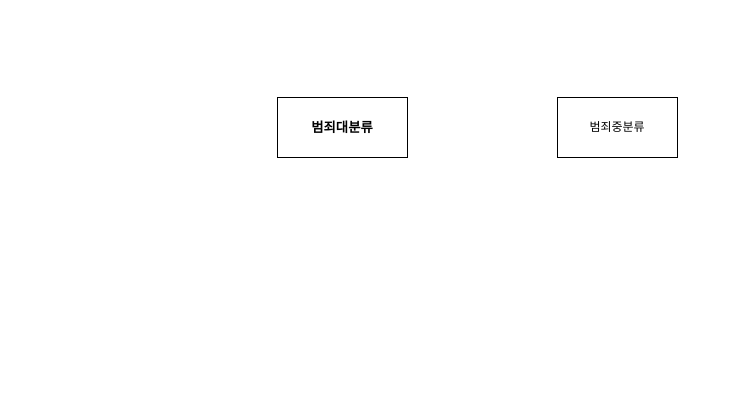
This is Untitled Diagram.drawio from tenomas/AnimateDiff, a draw.io file, before an edit. Source tidied: cells renumbered, new cells numbered last; positions are measured from the earlier drawing's top-left corner, leaving out a move shared by most shapes. Both pictures are drawn from the tidied source at 100%, with x=0, y=0 at pixel (277, 97).
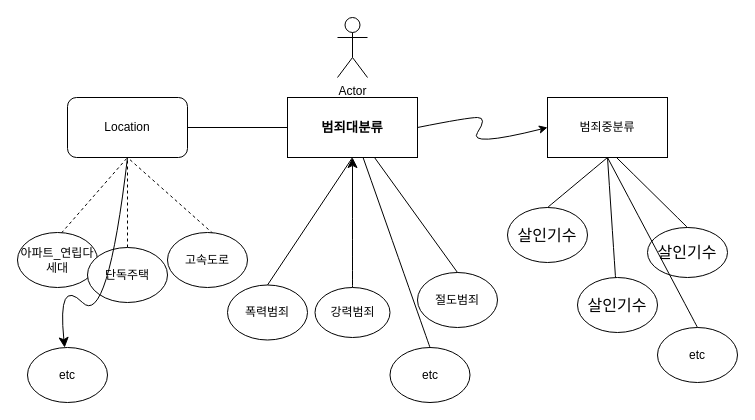
The same page after the edit.

The edit, as a diff of the source:
```diff
@@
     <mxCell id="2" value="&lt;b id=&quot;docs-internal-guid-4b5e2889-7fff-7dd5-3b8c-90923e8e9f7c&quot; style=&quot;font-weight:normal;&quot;&gt;&lt;span style=&quot;font-size: 10pt; font-family: Arial, sans-serif; color: rgb(0, 0, 0); background-color: transparent; font-weight: 700; font-style: normal; font-variant: normal; text-decoration: none; vertical-align: baseline;&quot;&gt;범죄대분류&lt;/span&gt;&lt;/b&gt;" style="rounded=0;whiteSpace=wrap;html=1;" parent="1" vertex="1">
-      <mxGeometry width="130" height="60" as="geometry" />
+      <mxGeometry x="10" width="130" height="60" as="geometry" />
     </mxCell>
     <mxCell id="3" value="범죄중분류" style="rounded=0;whiteSpace=wrap;html=1;" parent="1" vertex="1">
-      <mxGeometry x="280" width="120" height="60" as="geometry" />
+      <mxGeometry x="270" width="120" height="60" as="geometry" />
     </mxCell>
+    <mxCell id="4" style="curved=1;endArrow=classic;html=1;rounded=0;entryX=0;entryY=0.5;entryDx=0;entryDy=0;exitX=1;exitY=0.5;exitDx=0;exitDy=0;" parent="1" edge="1" source="2" target="3">
+      <mxGeometry relative="1" as="geometry">
+        <Array as="points">
+          <mxPoint x="190" y="20" />
+          <mxPoint x="210" y="20" />
+          <mxPoint x="190" y="50" />
+        </Array>
+      </mxGeometry>
+    </mxCell>
+    <mxCell id="5" value="Location" style="rounded=1;whiteSpace=wrap;html=1;" parent="1" vertex="1">
+      <mxGeometry x="-210" width="120" height="60" as="geometry" />
+    </mxCell>
+    <mxCell id="6" style="endArrow=none;html=1;rounded=0;entryX=0;entryY=0.5;entryDx=0;entryDy=0;exitX=1;exitY=0.5;exitDx=0;exitDy=0;" parent="1" edge="1" source="5" target="2">
+      <mxGeometry relative="1" as="geometry" />
+    </mxCell>
+    <mxCell id="7" style="endArrow=none;dashed=1;html=1;rounded=0;entryX=0.5;entryY=1;entryDx=0;entryDy=0;" parent="1" edge="1" target="5">
+      <mxGeometry relative="1" as="geometry">
+        <mxPoint x="-220" y="140" as="sourcePoint" />
+      </mxGeometry>
+    </mxCell>
+    <mxCell id="8" style="endArrow=none;dashed=1;html=1;rounded=0;entryX=0.5;entryY=1;entryDx=0;entryDy=0;" parent="1" edge="1" target="5">
+      <mxGeometry relative="1" as="geometry">
+        <mxPoint x="-150" y="150" as="sourcePoint" />
+      </mxGeometry>
+    </mxCell>
+    <mxCell id="9" style="endArrow=none;dashed=1;html=1;rounded=0;" parent="1" edge="1">
+      <mxGeometry relative="1" as="geometry">
+        <mxPoint x="-60" y="140" as="sourcePoint" />
+        <mxPoint x="-150" y="60" as="targetPoint" />
+      </mxGeometry>
+    </mxCell>
+    <mxCell id="10" style="edgeStyle=none;curved=1;rounded=0;jettySize=auto;html=1;fontSize=12;startSize=8;endSize=8;" parent="1" edge="1" source="11" target="2">
+      <mxGeometry relative="1" as="geometry" />
+    </mxCell>
+    <mxCell id="11" value="강력범죄" style="ellipse;whiteSpace=wrap;html=1;" parent="1" vertex="1">
+      <mxGeometry x="37.5" y="190" width="75" height="50" as="geometry" />
+    </mxCell>
+    <mxCell id="12" value="절도범죄" style="ellipse;whiteSpace=wrap;html=1;" parent="1" vertex="1">
+      <mxGeometry x="140" y="175" width="80" height="55" as="geometry" />
+    </mxCell>
+    <mxCell id="13" value="폭력범죄" style="ellipse;whiteSpace=wrap;html=1;" parent="1" vertex="1">
+      <mxGeometry x="-50" y="187.5" width="80" height="55" as="geometry" />
+    </mxCell>
+    <mxCell id="14" value="&lt;b style=&quot;font-weight:normal;&quot; id=&quot;docs-internal-guid-a9b1912b-7fff-b64a-bc68-862563de4b0c&quot;&gt;&lt;p dir=&quot;ltr&quot; style=&quot;line-height:1.2;margin-top:0pt;margin-bottom:0pt;&quot;&gt;&lt;/p&gt;&lt;/b&gt;" style="text;whiteSpace=wrap;html=1;" parent="1" vertex="1">
+      <mxGeometry x="330" y="180" width="60" height="40" as="geometry" />
+    </mxCell>
+    <mxCell id="15" value="Actor" style="shape=umlActor;verticalLabelPosition=bottom;verticalAlign=top;html=1;" parent="1" vertex="1">
+      <mxGeometry x="60" y="-80" width="30" height="60" as="geometry" />
+    </mxCell>
+    <mxCell id="16" style="endArrow=none;html=1;rounded=0;entryX=0.5;entryY=1;entryDx=0;entryDy=0;exitX=0.5;exitY=0;exitDx=0;exitDy=0;" parent="1" edge="1" source="13" target="2">
+      <mxGeometry relative="1" as="geometry" />
+    </mxCell>
+    <mxCell id="17" style="endArrow=none;html=1;rounded=0;exitX=0.5;exitY=0;exitDx=0;exitDy=0;" parent="1" edge="1" source="12">
+      <mxGeometry relative="1" as="geometry">
+        <mxPoint x="97" y="60" as="targetPoint" />
+      </mxGeometry>
+    </mxCell>
+    <mxCell id="18" value="살인기수" style="ellipse;whiteSpace=wrap;html=1;fontSize=16;" parent="1" vertex="1">
+      <mxGeometry x="370" y="130" width="80" height="50" as="geometry" />
+    </mxCell>
+    <mxCell id="19" value="살인기수" style="ellipse;whiteSpace=wrap;html=1;fontSize=16;" parent="1" vertex="1">
+      <mxGeometry x="230" y="110" width="80" height="55" as="geometry" />
+    </mxCell>
+    <mxCell id="20" value="살인기수" style="ellipse;whiteSpace=wrap;html=1;fontSize=16;" parent="1" vertex="1">
+      <mxGeometry x="300" y="180" width="80" height="55" as="geometry" />
+    </mxCell>
+    <mxCell id="21" style="endArrow=none;html=1;rounded=0;fontSize=12;startSize=8;endSize=8;curved=1;exitX=0.5;exitY=0;exitDx=0;exitDy=0;entryX=0.5;entryY=1;entryDx=0;entryDy=0;" parent="1" edge="1" source="19" target="3">
+      <mxGeometry relative="1" as="geometry" />
+    </mxCell>
+    <mxCell id="22" style="endArrow=none;html=1;rounded=0;fontSize=12;startSize=8;endSize=8;curved=1;" parent="1" edge="1">
+      <mxGeometry relative="1" as="geometry">
+        <mxPoint x="338" y="180" as="sourcePoint" />
+        <mxPoint x="330" y="60" as="targetPoint" />
+      </mxGeometry>
+    </mxCell>
+    <mxCell id="23" style="endArrow=none;html=1;rounded=0;fontSize=12;startSize=8;endSize=8;curved=1;entryX=0.579;entryY=1.008;entryDx=0;entryDy=0;entryPerimeter=0;exitX=0.5;exitY=0;exitDx=0;exitDy=0;" parent="1" edge="1" source="18" target="3">
+      <mxGeometry relative="1" as="geometry" />
+    </mxCell>
+    <mxCell id="24" value="아파트_연립다세대" style="ellipse;whiteSpace=wrap;html=1;" parent="1" vertex="1">
+      <mxGeometry x="-260" y="135" width="80" height="55" as="geometry" />
+    </mxCell>
+    <mxCell id="25" value="단독주택" style="ellipse;whiteSpace=wrap;html=1;" parent="1" vertex="1">
+      <mxGeometry x="-190" y="150" width="80" height="55" as="geometry" />
+    </mxCell>
+    <mxCell id="26" value="고속도로" style="ellipse;whiteSpace=wrap;html=1;" parent="1" vertex="1">
+      <mxGeometry x="-110" y="135" width="80" height="55" as="geometry" />
+    </mxCell>
+    <mxCell id="27" value="etc" style="ellipse;whiteSpace=wrap;html=1;" parent="1" vertex="1">
+      <mxGeometry x="-250" y="250" width="80" height="55" as="geometry" />
+    </mxCell>
+    <mxCell id="28" value="etc" style="ellipse;whiteSpace=wrap;html=1;" parent="1" vertex="1">
+      <mxGeometry x="380" y="230" width="80" height="55" as="geometry" />
+    </mxCell>
+    <mxCell id="29" value="etc" style="ellipse;whiteSpace=wrap;html=1;" parent="1" vertex="1">
+      <mxGeometry x="112.5" y="250" width="80" height="55" as="geometry" />
+    </mxCell>
+    <mxCell id="30" style="curved=1;endArrow=classic;html=1;rounded=0;fontSize=12;startSize=8;endSize=8;" parent="1" edge="1" target="27">
+      <mxGeometry relative="1" as="geometry">
+        <mxPoint x="-150" y="60" as="sourcePoint" />
+        <Array as="points">
+          <mxPoint x="-150" y="60" />
+          <mxPoint x="-170" y="230" />
+          <mxPoint x="-220" y="180" />
+        </Array>
+      </mxGeometry>
+    </mxCell>
+    <mxCell id="31" style="endArrow=none;html=1;rounded=0;fontSize=12;startSize=8;endSize=8;curved=1;exitX=0.5;exitY=0;exitDx=0;exitDy=0;" parent="1" edge="1" source="29" target="2">
+      <mxGeometry relative="1" as="geometry" />
+    </mxCell>
+    <mxCell id="32" style="endArrow=none;html=1;rounded=0;fontSize=12;startSize=8;endSize=8;curved=1;exitX=0.5;exitY=0;exitDx=0;exitDy=0;" parent="1" edge="1" source="28">
+      <mxGeometry relative="1" as="geometry">
+        <mxPoint x="330" y="60" as="targetPoint" />
+      </mxGeometry>
+    </mxCell>
```
